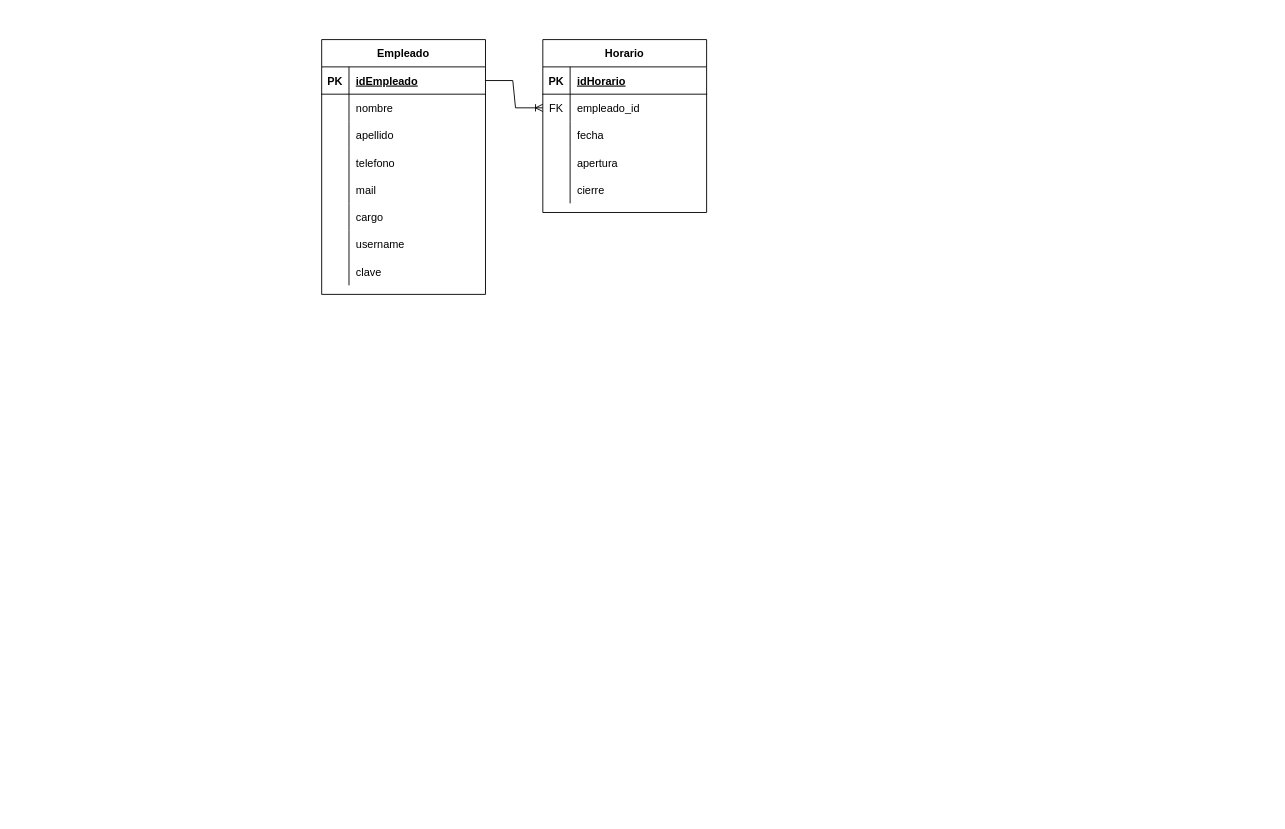
Earlier version of the draw.io diagram page "Página-1" (1 of 2) of Diagrama sin título.drawio (Camilapinz18/Evidencias_SENA). Source tidied: cells renumbered, new cells numbered last; positions are measured from the earlier drawing's top-left corner, leaving out a move shared by most shapes. Both pictures are drawn from the tidied source at 91%, with x=0, y=0 at pixel (321, 39).
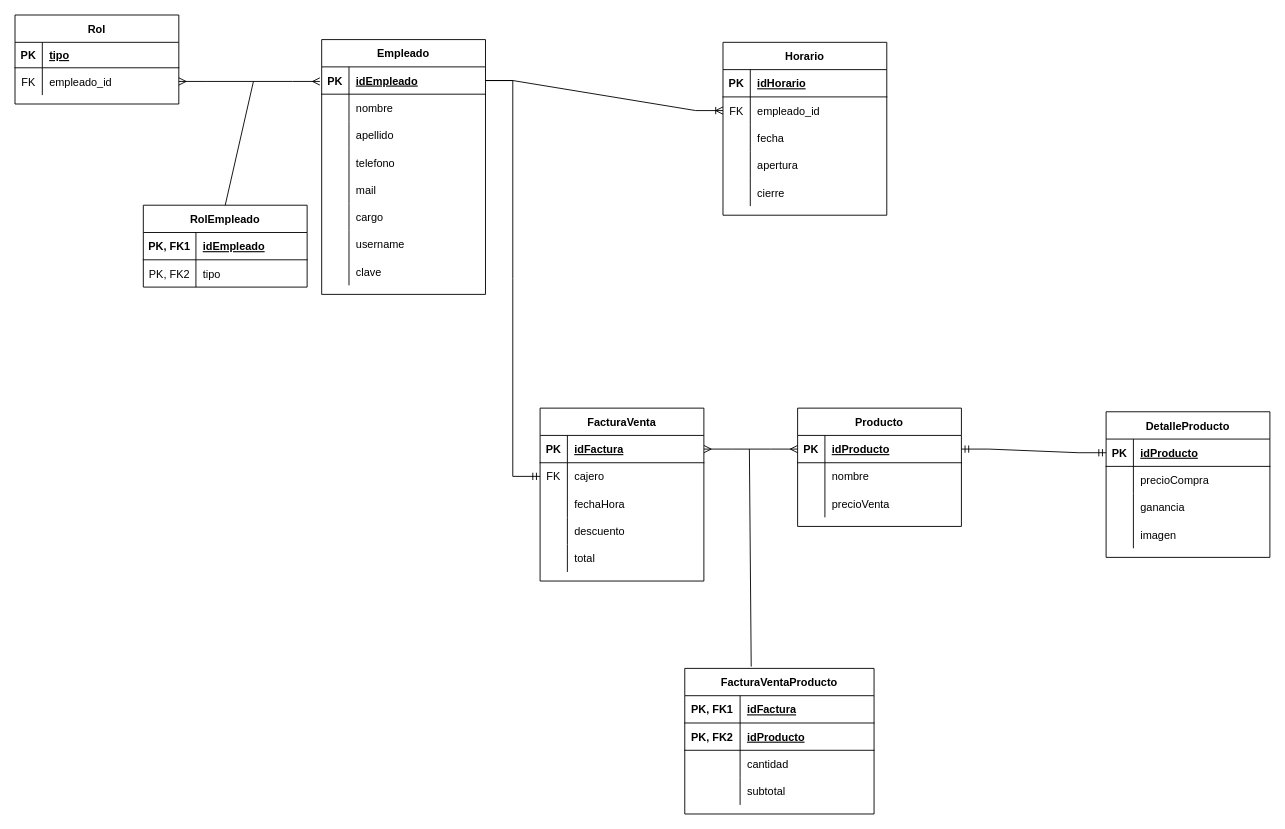
The same page after the edit.

Commit message:
FActuraVentaProducto y RolEmpleado

The change refers to these unchanged cells:
```xml
<mxCell id="3" style="shape=tableRow;horizontal=0;startSize=0;swimlaneHead=0;swimlaneBody=0;fillColor=none;points=[[0,0.5],[1,0.5]];portConstraint=eastwest;top=0;left=0;right=0;bottom=1;" parent="2" vertex="1">
  <mxGeometry y="30" width="180" height="30" as="geometry" />
</mxCell>
```

The edit, as a diff of the source:
```diff
@@
     <mxCell id="27" value="Horario" style="shape=table;startSize=30;childLayout=tableLayout;rowLines=0;fontStyle=1;align=center;" parent="1" vertex="1">
-      <mxGeometry x="243" width="180" height="190" as="geometry" />
+      <mxGeometry x="441" y="3" width="180" height="190" as="geometry" />
     </mxCell>
@@
+    <mxCell id="44" value="Rol" style="shape=table;startSize=30;childLayout=tableLayout;rowLines=0;fontStyle=1;align=center;" parent="1" vertex="1">
+      <mxGeometry x="-337" y="-27" width="180" height="97.8" as="geometry" />
+    </mxCell>
+    <mxCell id="45" style="shape=tableRow;horizontal=0;startSize=0;swimlaneHead=0;swimlaneBody=0;fillColor=none;top=0;left=0;right=0;bottom=1;" parent="44" vertex="1">
+      <mxGeometry y="30" width="180" height="28" as="geometry" />
+    </mxCell>
+    <mxCell id="46" value="PK" style="shape=partialRectangle;fillColor=none;top=0;left=0;bottom=0;right=0;fontStyle=1;overflow=hidden;" parent="45" vertex="1">
+      <mxGeometry width="30" height="28" as="geometry" />
+    </mxCell>
+    <mxCell id="47" value="tipo" style="shape=partialRectangle;fillColor=none;top=0;left=0;bottom=0;right=0;align=left;spacingLeft=6;fontStyle=5;overflow=hidden;" parent="45" vertex="1">
+      <mxGeometry x="30" width="150" height="28" as="geometry" />
+    </mxCell>
+    <mxCell id="48" style="shape=tableRow;horizontal=0;startSize=0;swimlaneHead=0;swimlaneBody=0;fillColor=none;points=[[0,0.5],[1,0.5]];portConstraint=eastwest;top=0;left=0;right=0;bottom=0;" parent="44" vertex="1">
+      <mxGeometry y="58" width="180" height="30" as="geometry" />
+    </mxCell>
+    <mxCell id="49" value="FK" style="shape=partialRectangle;fillColor=none;top=0;left=0;bottom=0;right=0;overflow=hidden;" parent="48" vertex="1">
+      <mxGeometry width="30" height="30" as="geometry" />
+    </mxCell>
+    <mxCell id="50" value="empleado_id" style="shape=partialRectangle;fillColor=none;top=0;left=0;bottom=0;right=0;align=left;spacingLeft=6;overflow=hidden;" parent="48" vertex="1">
+      <mxGeometry x="30" width="150" height="30" as="geometry" />
+    </mxCell>
+    <mxCell id="51" value="FacturaVenta" style="shape=table;startSize=30;childLayout=tableLayout;rowLines=0;fontStyle=1;align=center;" parent="1" vertex="1">
+      <mxGeometry x="240" y="405" width="180" height="190" as="geometry" />
+    </mxCell>
+    <mxCell id="52" style="shape=tableRow;horizontal=0;startSize=0;swimlaneHead=0;swimlaneBody=0;fillColor=none;points=[[0,0.5],[1,0.5]];portConstraint=eastwest;top=0;left=0;right=0;bottom=1;" parent="51" vertex="1">
+      <mxGeometry y="30" width="180" height="30" as="geometry" />
+    </mxCell>
+    <mxCell id="53" value="PK" style="shape=partialRectangle;fillColor=none;top=0;left=0;bottom=0;right=0;fontStyle=1;overflow=hidden;" parent="52" vertex="1">
+      <mxGeometry width="30" height="30" as="geometry" />
+    </mxCell>
+    <mxCell id="54" value="idFactura" style="shape=partialRectangle;fillColor=none;top=0;left=0;bottom=0;right=0;align=left;spacingLeft=6;fontStyle=5;overflow=hidden;" parent="52" vertex="1">
+      <mxGeometry x="30" width="150" height="30" as="geometry" />
+    </mxCell>
+    <mxCell id="55" style="shape=tableRow;horizontal=0;startSize=0;swimlaneHead=0;swimlaneBody=0;fillColor=none;points=[[0,0.5],[1,0.5]];portConstraint=eastwest;top=0;left=0;right=0;bottom=0;" parent="51" vertex="1">
+      <mxGeometry y="60" width="180" height="30" as="geometry" />
+    </mxCell>
+    <mxCell id="56" value="FK" style="shape=partialRectangle;fillColor=none;top=0;left=0;bottom=0;right=0;overflow=hidden;" parent="55" vertex="1">
+      <mxGeometry width="30" height="30" as="geometry" />
+    </mxCell>
+    <mxCell id="57" value="cajero" style="shape=partialRectangle;fillColor=none;top=0;left=0;bottom=0;right=0;align=left;spacingLeft=6;overflow=hidden;" parent="55" vertex="1">
+      <mxGeometry x="30" width="150" height="30" as="geometry" />
+    </mxCell>
+    <mxCell id="58" style="shape=tableRow;horizontal=0;startSize=0;swimlaneHead=0;swimlaneBody=0;fillColor=none;top=0;left=0;right=0;bottom=0;" parent="51" vertex="1">
+      <mxGeometry y="90" width="180" height="30" as="geometry" />
+    </mxCell>
+    <mxCell id="59" style="shape=partialRectangle;fillColor=none;top=0;left=0;bottom=0;right=0;overflow=hidden;" parent="58" vertex="1">
+      <mxGeometry width="30" height="30" as="geometry" />
+    </mxCell>
+    <mxCell id="60" value="fechaHora" style="shape=partialRectangle;fillColor=none;top=0;left=0;bottom=0;right=0;align=left;spacingLeft=6;overflow=hidden;" parent="58" vertex="1">
+      <mxGeometry x="30" width="150" height="30" as="geometry" />
+    </mxCell>
+    <mxCell id="61" style="shape=tableRow;horizontal=0;startSize=0;swimlaneHead=0;swimlaneBody=0;fillColor=none;top=0;left=0;right=0;bottom=0;" parent="51" vertex="1">
+      <mxGeometry y="120" width="180" height="30" as="geometry" />
+    </mxCell>
+    <mxCell id="62" style="shape=partialRectangle;fillColor=none;top=0;left=0;bottom=0;right=0;overflow=hidden;" parent="61" vertex="1">
+      <mxGeometry width="30" height="30" as="geometry" />
+    </mxCell>
+    <mxCell id="63" value="descuento" style="shape=partialRectangle;fillColor=none;top=0;left=0;bottom=0;right=0;align=left;spacingLeft=6;overflow=hidden;" parent="61" vertex="1">
+      <mxGeometry x="30" width="150" height="30" as="geometry" />
+    </mxCell>
+    <mxCell id="64" style="shape=tableRow;horizontal=0;startSize=0;swimlaneHead=0;swimlaneBody=0;fillColor=none;top=0;left=0;right=0;bottom=0;" parent="51" vertex="1">
+      <mxGeometry y="150" width="180" height="30" as="geometry" />
+    </mxCell>
+    <mxCell id="65" style="shape=partialRectangle;fillColor=none;top=0;left=0;bottom=0;right=0;overflow=hidden;" parent="64" vertex="1">
+      <mxGeometry width="30" height="30" as="geometry" />
+    </mxCell>
+    <mxCell id="66" value="total" style="shape=partialRectangle;fillColor=none;top=0;left=0;bottom=0;right=0;align=left;spacingLeft=6;overflow=hidden;" parent="64" vertex="1">
+      <mxGeometry x="30" width="150" height="30" as="geometry" />
+    </mxCell>
+    <mxCell id="67" style="edgeStyle=entityRelationEdgeStyle;fontSize=12;html=1;endArrow=ERmandOne;rounded=0;exitX=1;exitY=0.5;exitDx=0;exitDy=0;entryX=0;entryY=0.5;entryDx=0;entryDy=0;" parent="1" edge="1" source="3" target="55">
+      <mxGeometry relative="1" as="geometry" />
+    </mxCell>
+    <mxCell id="68" value="Producto" style="shape=table;startSize=30;childLayout=tableLayout;rowLines=0;fontStyle=1;align=center;" parent="1" vertex="1">
+      <mxGeometry x="523" y="405" width="180" height="130" as="geometry" />
+    </mxCell>
+    <mxCell id="69" style="shape=tableRow;horizontal=0;startSize=0;swimlaneHead=0;swimlaneBody=0;fillColor=none;points=[[0,0.5],[1,0.5]];portConstraint=eastwest;top=0;left=0;right=0;bottom=1;" parent="68" vertex="1">
+      <mxGeometry y="30" width="180" height="30" as="geometry" />
+    </mxCell>
+    <mxCell id="70" value="PK" style="shape=partialRectangle;fillColor=none;top=0;left=0;bottom=0;right=0;fontStyle=1;overflow=hidden;" parent="69" vertex="1">
+      <mxGeometry width="30" height="30" as="geometry" />
+    </mxCell>
+    <mxCell id="71" value="idProducto" style="shape=partialRectangle;fillColor=none;top=0;left=0;bottom=0;right=0;align=left;spacingLeft=6;fontStyle=5;overflow=hidden;" parent="69" vertex="1">
+      <mxGeometry x="30" width="150" height="30" as="geometry" />
+    </mxCell>
+    <mxCell id="72" style="shape=tableRow;horizontal=0;startSize=0;swimlaneHead=0;swimlaneBody=0;fillColor=none;top=0;left=0;right=0;bottom=0;" parent="68" vertex="1">
+      <mxGeometry y="60" width="180" height="30" as="geometry" />
+    </mxCell>
+    <mxCell id="73" style="shape=partialRectangle;fillColor=none;top=0;left=0;bottom=0;right=0;overflow=hidden;" parent="72" vertex="1">
+      <mxGeometry width="30" height="30" as="geometry" />
+    </mxCell>
+    <mxCell id="74" value="nombre" style="shape=partialRectangle;fillColor=none;top=0;left=0;bottom=0;right=0;align=left;spacingLeft=6;overflow=hidden;" parent="72" vertex="1">
+      <mxGeometry x="30" width="150" height="30" as="geometry" />
+    </mxCell>
+    <mxCell id="75" style="shape=tableRow;horizontal=0;startSize=0;swimlaneHead=0;swimlaneBody=0;fillColor=none;top=0;left=0;right=0;bottom=0;" parent="68" vertex="1">
+      <mxGeometry y="90" width="180" height="30" as="geometry" />
+    </mxCell>
+    <mxCell id="76" style="shape=partialRectangle;fillColor=none;top=0;left=0;bottom=0;right=0;overflow=hidden;" parent="75" vertex="1">
+      <mxGeometry width="30" height="30" as="geometry" />
+    </mxCell>
+    <mxCell id="77" value="precioVenta" style="shape=partialRectangle;fillColor=none;top=0;left=0;bottom=0;right=0;align=left;spacingLeft=6;overflow=hidden;" parent="75" vertex="1">
+      <mxGeometry x="30" width="150" height="30" as="geometry" />
+    </mxCell>
+    <mxCell id="78" value="FacturaVentaProducto" style="shape=table;startSize=30;childLayout=tableLayout;rowLines=0;fontStyle=1;align=center;" parent="1" vertex="1">
+      <mxGeometry x="399" y="691" width="208" height="160" as="geometry" />
+    </mxCell>
+    <mxCell id="79" style="shape=tableRow;horizontal=0;startSize=0;swimlaneHead=0;swimlaneBody=0;fillColor=none;top=0;left=0;right=0;bottom=1;" parent="78" vertex="1">
+      <mxGeometry y="30" width="208" height="30" as="geometry" />
+    </mxCell>
+    <mxCell id="80" value="PK, FK1" style="shape=partialRectangle;fillColor=none;top=0;left=0;bottom=0;right=0;fontStyle=1;overflow=hidden;" parent="79" vertex="1">
+      <mxGeometry width="60.8" height="30" as="geometry" />
+    </mxCell>
+    <mxCell id="81" value="idFactura" style="shape=partialRectangle;fillColor=none;top=0;left=0;bottom=0;right=0;align=left;spacingLeft=6;fontStyle=5;overflow=hidden;" parent="79" vertex="1">
+      <mxGeometry x="60.8" width="147.2" height="30" as="geometry" />
+    </mxCell>
+    <mxCell id="82" style="shape=tableRow;horizontal=0;startSize=0;swimlaneHead=0;swimlaneBody=0;fillColor=none;top=0;left=0;right=0;bottom=1;" parent="78" vertex="1">
+      <mxGeometry y="60" width="208" height="30" as="geometry" />
+    </mxCell>
+    <mxCell id="83" value="PK, FK2" style="shape=partialRectangle;fillColor=none;top=0;left=0;bottom=0;right=0;fontStyle=1;overflow=hidden;" parent="82" vertex="1">
+      <mxGeometry width="60.8" height="30" as="geometry" />
+    </mxCell>
+    <mxCell id="84" value="idProducto" style="shape=partialRectangle;fillColor=none;top=0;left=0;bottom=0;right=0;align=left;spacingLeft=6;fontStyle=5;overflow=hidden;" parent="82" vertex="1">
+      <mxGeometry x="60.8" width="147.2" height="30" as="geometry" />
+    </mxCell>
+    <mxCell id="85" style="shape=tableRow;horizontal=0;startSize=0;swimlaneHead=0;swimlaneBody=0;fillColor=none;top=0;left=0;right=0;bottom=0;" parent="78" vertex="1">
+      <mxGeometry y="90" width="208" height="30" as="geometry" />
+    </mxCell>
+    <mxCell id="86" style="shape=partialRectangle;fillColor=none;top=0;left=0;bottom=0;right=0;overflow=hidden;" parent="85" vertex="1">
+      <mxGeometry width="60.8" height="30" as="geometry" />
+    </mxCell>
+    <mxCell id="87" value="cantidad" style="shape=partialRectangle;fillColor=none;top=0;left=0;bottom=0;right=0;align=left;spacingLeft=6;overflow=hidden;" parent="85" vertex="1">
+      <mxGeometry x="60.8" width="147.2" height="30" as="geometry" />
+    </mxCell>
+    <mxCell id="88" style="shape=tableRow;horizontal=0;startSize=0;swimlaneHead=0;swimlaneBody=0;fillColor=none;top=0;left=0;right=0;bottom=0;" parent="78" vertex="1">
+      <mxGeometry y="120" width="208" height="30" as="geometry" />
+    </mxCell>
+    <mxCell id="89" style="shape=partialRectangle;fillColor=none;top=0;left=0;bottom=0;right=0;overflow=hidden;" parent="88" vertex="1">
+      <mxGeometry width="60.8" height="30" as="geometry" />
+    </mxCell>
+    <mxCell id="90" value="subtotal" style="shape=partialRectangle;fillColor=none;top=0;left=0;bottom=0;right=0;align=left;spacingLeft=6;overflow=hidden;" parent="88" vertex="1">
+      <mxGeometry x="60.8" width="147.2" height="30" as="geometry" />
+    </mxCell>
+    <mxCell id="91" value="RolEmpleado" style="shape=table;startSize=30;childLayout=tableLayout;rowLines=0;fontStyle=1;align=center;" parent="1" vertex="1">
+      <mxGeometry x="-196" y="182" width="180" height="90" as="geometry" />
+    </mxCell>
+    <mxCell id="92" style="shape=tableRow;horizontal=0;startSize=0;swimlaneHead=0;swimlaneBody=0;fillColor=none;top=0;left=0;right=0;bottom=1;" parent="91" vertex="1">
+      <mxGeometry y="30" width="180" height="30" as="geometry" />
+    </mxCell>
+    <mxCell id="93" value="PK, FK1" style="shape=partialRectangle;fillColor=none;top=0;left=0;bottom=0;right=0;fontStyle=1;overflow=hidden;" parent="92" vertex="1">
+      <mxGeometry width="57.8" height="30" as="geometry" />
+    </mxCell>
+    <mxCell id="94" value="idEmpleado" style="shape=partialRectangle;fillColor=none;top=0;left=0;bottom=0;right=0;align=left;spacingLeft=6;fontStyle=5;overflow=hidden;" parent="92" vertex="1">
+      <mxGeometry x="57.8" width="122.2" height="30" as="geometry" />
+    </mxCell>
+    <mxCell id="95" style="shape=tableRow;horizontal=0;startSize=0;swimlaneHead=0;swimlaneBody=0;fillColor=none;top=0;left=0;right=0;bottom=0;" parent="91" vertex="1">
+      <mxGeometry y="60" width="180" height="30" as="geometry" />
+    </mxCell>
+    <mxCell id="96" value="PK, FK2" style="shape=partialRectangle;fillColor=none;top=0;left=0;bottom=0;right=0;overflow=hidden;" parent="95" vertex="1">
+      <mxGeometry width="57.8" height="30" as="geometry" />
+    </mxCell>
+    <mxCell id="97" value="tipo" style="shape=partialRectangle;fillColor=none;top=0;left=0;bottom=0;right=0;align=left;spacingLeft=6;overflow=hidden;" parent="95" vertex="1">
+      <mxGeometry x="57.8" width="122.2" height="30" as="geometry" />
+    </mxCell>
+    <mxCell id="98" style="edgeStyle=entityRelationEdgeStyle;fontSize=12;html=1;endArrow=ERmany;startArrow=ERmany;rounded=0;" parent="1" edge="1" source="48">
+      <mxGeometry relative="1" as="geometry">
+        <mxPoint x="-2" y="46" as="targetPoint" />
+      </mxGeometry>
+    </mxCell>
+    <mxCell id="99" style="endArrow=none;html=1;rounded=0;exitX=0.5;exitY=0;exitDx=0;exitDy=0;" parent="1" edge="1" source="91">
+      <mxGeometry relative="1" as="geometry">
+        <mxPoint x="-75" y="46" as="targetPoint" />
+      </mxGeometry>
+    </mxCell>
+    <mxCell id="100" value="DetalleProducto" style="shape=table;startSize=30;childLayout=tableLayout;rowLines=0;fontStyle=1;align=center;" parent="1" vertex="1">
+      <mxGeometry x="862" y="409" width="180" height="160" as="geometry" />
+    </mxCell>
+    <mxCell id="101" style="shape=tableRow;horizontal=0;startSize=0;swimlaneHead=0;swimlaneBody=0;fillColor=none;points=[[0,0.5],[1,0.5]];portConstraint=eastwest;top=0;left=0;right=0;bottom=1;" parent="100" vertex="1">
+      <mxGeometry y="30" width="180" height="30" as="geometry" />
+    </mxCell>
+    <mxCell id="102" value="PK" style="shape=partialRectangle;fillColor=none;top=0;left=0;bottom=0;right=0;fontStyle=1;overflow=hidden;" parent="101" vertex="1">
+      <mxGeometry width="30" height="30" as="geometry" />
+    </mxCell>
+    <mxCell id="103" value="idProducto" style="shape=partialRectangle;fillColor=none;top=0;left=0;bottom=0;right=0;align=left;spacingLeft=6;fontStyle=5;overflow=hidden;" parent="101" vertex="1">
+      <mxGeometry x="30" width="150" height="30" as="geometry" />
+    </mxCell>
+    <mxCell id="104" style="shape=tableRow;horizontal=0;startSize=0;swimlaneHead=0;swimlaneBody=0;fillColor=none;top=0;left=0;right=0;bottom=0;" parent="100" vertex="1">
+      <mxGeometry y="60" width="180" height="30" as="geometry" />
+    </mxCell>
+    <mxCell id="105" style="shape=partialRectangle;fillColor=none;top=0;left=0;bottom=0;right=0;overflow=hidden;" parent="104" vertex="1">
+      <mxGeometry width="30" height="30" as="geometry" />
+    </mxCell>
+    <mxCell id="106" value="precioCompra" style="shape=partialRectangle;fillColor=none;top=0;left=0;bottom=0;right=0;align=left;spacingLeft=6;overflow=hidden;" parent="104" vertex="1">
+      <mxGeometry x="30" width="150" height="30" as="geometry" />
+    </mxCell>
+    <mxCell id="107" style="shape=tableRow;horizontal=0;startSize=0;swimlaneHead=0;swimlaneBody=0;fillColor=none;top=0;left=0;right=0;bottom=0;" parent="100" vertex="1">
+      <mxGeometry y="90" width="180" height="30" as="geometry" />
+    </mxCell>
+    <mxCell id="108" style="shape=partialRectangle;fillColor=none;top=0;left=0;bottom=0;right=0;overflow=hidden;" parent="107" vertex="1">
+      <mxGeometry width="30" height="30" as="geometry" />
+    </mxCell>
+    <mxCell id="109" value="ganancia" style="shape=partialRectangle;fillColor=none;top=0;left=0;bottom=0;right=0;align=left;spacingLeft=6;overflow=hidden;" parent="107" vertex="1">
+      <mxGeometry x="30" width="150" height="30" as="geometry" />
+    </mxCell>
+    <mxCell id="110" style="shape=tableRow;horizontal=0;startSize=0;swimlaneHead=0;swimlaneBody=0;fillColor=none;top=0;left=0;right=0;bottom=0;" parent="100" vertex="1">
+      <mxGeometry y="120" width="180" height="30" as="geometry" />
+    </mxCell>
+    <mxCell id="111" style="shape=partialRectangle;fillColor=none;top=0;left=0;bottom=0;right=0;overflow=hidden;" parent="110" vertex="1">
+      <mxGeometry width="30" height="30" as="geometry" />
+    </mxCell>
+    <mxCell id="112" value="imagen" style="shape=partialRectangle;fillColor=none;top=0;left=0;bottom=0;right=0;align=left;spacingLeft=6;overflow=hidden;" parent="110" vertex="1">
+      <mxGeometry x="30" width="150" height="30" as="geometry" />
+    </mxCell>
+    <mxCell id="113" style="edgeStyle=entityRelationEdgeStyle;fontSize=12;html=1;endArrow=ERmandOne;startArrow=ERmandOne;rounded=0;exitX=1;exitY=0.5;exitDx=0;exitDy=0;entryX=0;entryY=0.5;entryDx=0;entryDy=0;" parent="1" edge="1" source="69" target="101">
+      <mxGeometry relative="1" as="geometry" />
+    </mxCell>
+    <mxCell id="114" style="edgeStyle=entityRelationEdgeStyle;fontSize=12;html=1;endArrow=ERmany;startArrow=ERmany;rounded=0;entryX=0;entryY=0.5;entryDx=0;entryDy=0;exitX=1;exitY=0.5;exitDx=0;exitDy=0;" parent="1" edge="1" source="52" target="69">
+      <mxGeometry relative="1" as="geometry" />
+    </mxCell>
+    <mxCell id="115" style="endArrow=none;html=1;rounded=0;" parent="1" edge="1">
+      <mxGeometry relative="1" as="geometry">
+        <mxPoint x="470" y="450" as="sourcePoint" />
+        <mxPoint x="472" y="689" as="targetPoint" />
+      </mxGeometry>
+    </mxCell>
```
